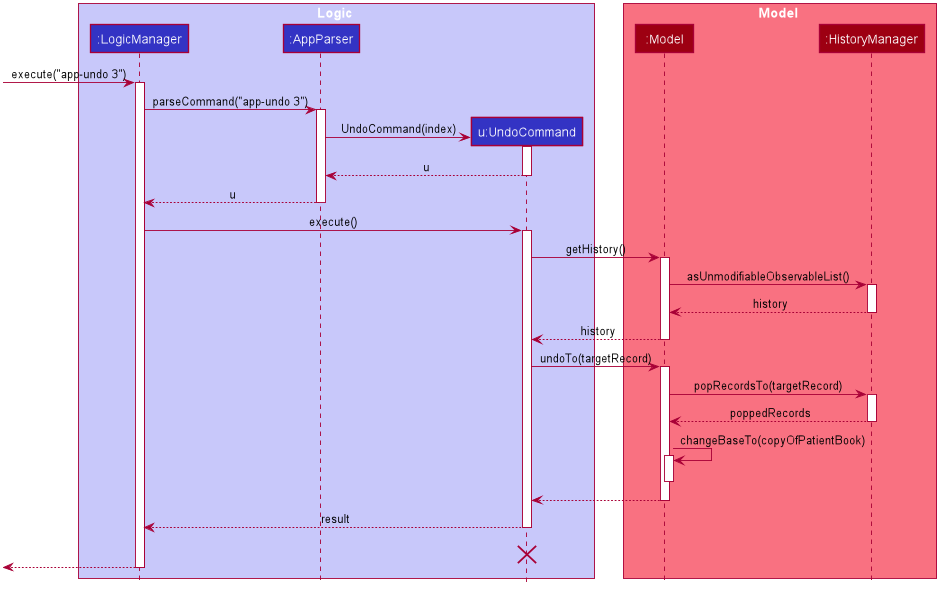
Before: docs/images/UndoSequenceDiagram.png, a diagram exported from PlantUML (nus-cs2103-AY1920S1/addressbook-level3).
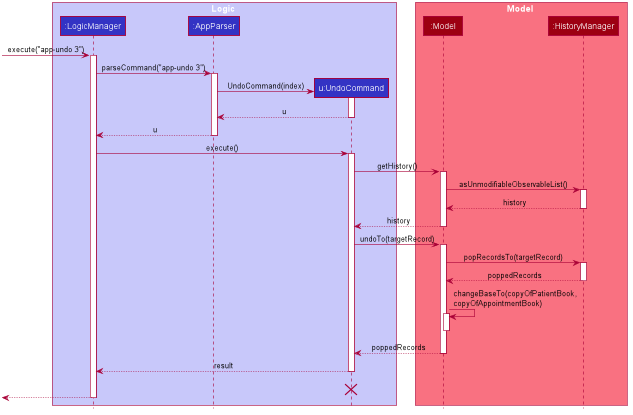
Above is the later version.

Change to the diagram source:
```diff
@@ -101,11 +101,11 @@
 HistoryManager --> Model : poppedRecords
 deactivate HistoryManager
 
-Model -> Model : changeBaseTo(copyOfPatientBook)
+Model -> Model : changeBaseTo(copyOfPatientBook, \ncopyOfAppointmentBook)
 activate Model
 deactivate Model
 
-Model --> UndoCommand
+Model --> UndoCommand : poppedRecords
 deactivate Model
 
 UndoCommand --> LogicManager : result
```
